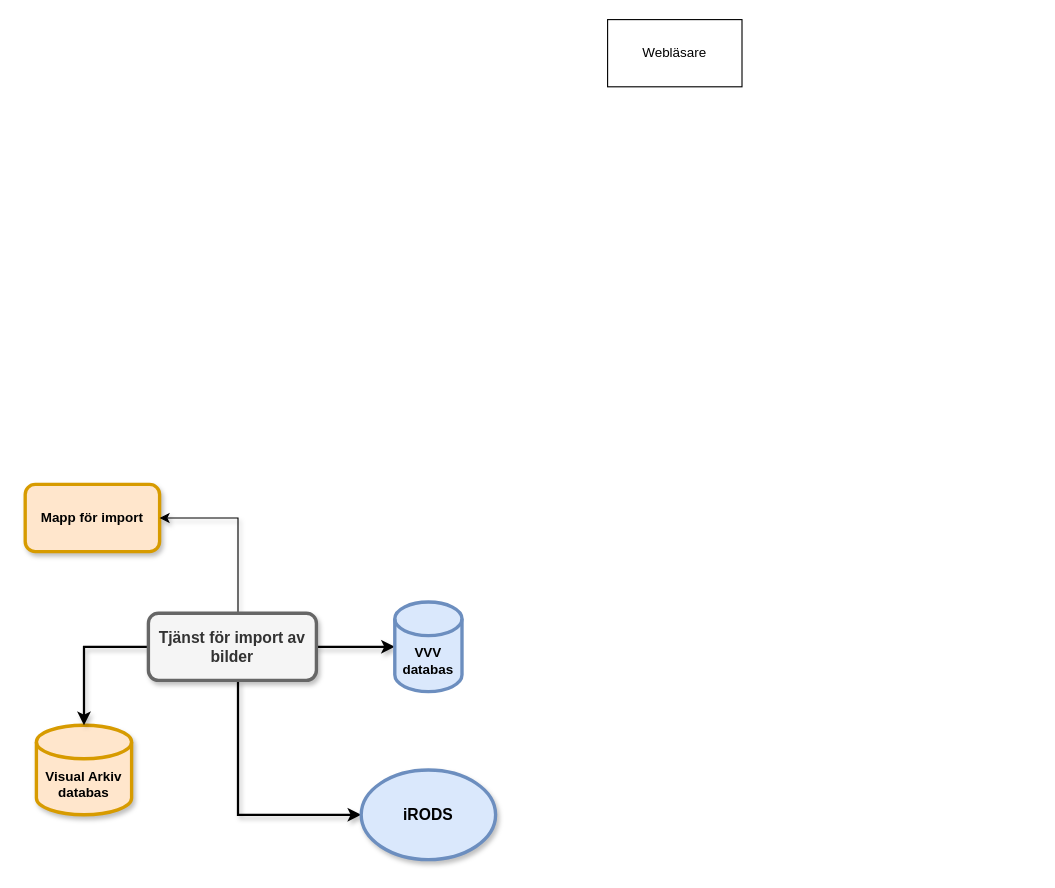
jakobum/draw.io keeps this draw.io diagram as page "Knut Overview" (2 of 3) of Experiments.drawio. Above is the earlier version. Source tidied: cells renumbered, new cells numbered last; positions are measured from the earlier drawing's top-left corner, leaving out a move shared by most shapes. Both pictures are drawn from the tidied source at 112%, with x=0, y=0 at pixel (25, 19).
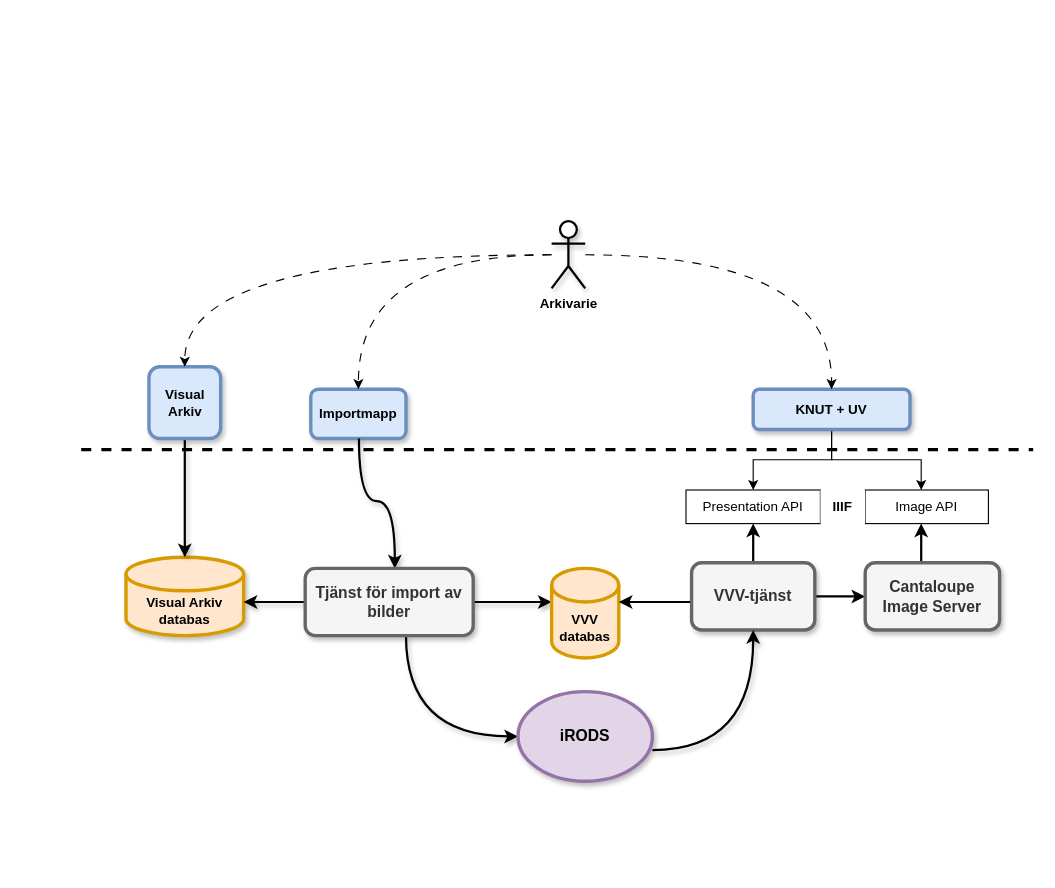
Above is the later version.

Diff of the diagram source:
```diff
@@
     <mxCell id="2" value="&lt;div&gt;Visual Arkiv&lt;/div&gt;&lt;div&gt;databas&lt;/div&gt;" style="shape=cylinder3;whiteSpace=wrap;html=1;boundedLbl=1;backgroundOutline=1;size=15;fillColor=#ffe6cc;strokeColor=#d79b00;strokeWidth=3;fontStyle=1;shadow=1;" parent="1" vertex="1">
-      <mxGeometry x="10" y="630" width="85" height="80" as="geometry" />
+      <mxGeometry x="90" y="480" width="105" height="70" as="geometry" />
     </mxCell>
-    <mxCell id="3" value="Mapp för import" style="rounded=1;whiteSpace=wrap;html=1;fillColor=#ffe6cc;strokeColor=#d79b00;strokeWidth=3;fontStyle=1;shadow=1;" parent="1" vertex="1">
-      <mxGeometry y="415" width="120" height="60" as="geometry" />
+    <mxCell id="3" value="Importmapp" style="rounded=1;whiteSpace=wrap;html=1;fillColor=#dae8fc;strokeColor=#6c8ebf;strokeWidth=3;fontStyle=1;shadow=1;" parent="1" vertex="1">
+      <mxGeometry x="255" y="330" width="85" height="44" as="geometry" />
     </mxCell>
+    <mxCell id="12" style="edgeStyle=orthogonalEdgeStyle;rounded=0;jettySize=auto;html=1;" parent="1" edge="1" source="4" target="28">
+      <mxGeometry relative="1" as="geometry" />
+    </mxCell>
+    <mxCell id="13" style="edgeStyle=orthogonalEdgeStyle;rounded=0;jettySize=auto;html=1;" parent="1" edge="1" source="4" target="27">
+      <mxGeometry relative="1" as="geometry">
+        <Array as="points">
+          <mxPoint x="720" y="393" />
+          <mxPoint x="800" y="393" />
+        </Array>
+      </mxGeometry>
+    </mxCell>
-    <mxCell id="4" value="Webläsare" style="rounded=0;whiteSpace=wrap;html=1;" parent="1" vertex="1">
-      <mxGeometry x="520" width="120" height="60" as="geometry" />
+    <mxCell id="4" value="KNUT + UV" style="rounded=1;strokeWidth=3;shadow=1;fillColor=#dae8fc;strokeColor=#6c8ebf;fontStyle=1;" parent="1" vertex="1">
+      <mxGeometry x="650" y="330" width="140" height="36" as="geometry" />
     </mxCell>
-    <mxCell id="5" style="edgeStyle=orthogonalEdgeStyle;rounded=0;jettySize=auto;html=1;shadow=1;strokeWidth=2;" parent="1" edge="1" source="9" target="2">
-      <mxGeometry relative="1" as="geometry" />
+    <mxCell id="5" style="edgeStyle=orthogonalEdgeStyle;rounded=0;jettySize=auto;html=1;shadow=1;strokeWidth=2;curved=1;" parent="1" edge="1" source="9" target="2">
+      <mxGeometry relative="1" as="geometry">
+        <Array as="points">
+          <mxPoint x="93" y="530" />
+        </Array>
+      </mxGeometry>
     </mxCell>
-    <mxCell id="6" style="edgeStyle=orthogonalEdgeStyle;rounded=0;jettySize=auto;html=1;shadow=1;" parent="1" edge="1" source="9" target="3">
+    <mxCell id="6" style="edgeStyle=orthogonalEdgeStyle;rounded=0;jettySize=auto;html=1;shadow=1;curved=1;strokeWidth=2;endArrow=none;endFill=0;startArrow=classic;startFill=1;" parent="1" edge="1" source="9" target="3">
       <mxGeometry relative="1" as="geometry">
         <Array as="points">
-          <mxPoint x="190" y="470" />
-          <mxPoint x="190" y="470" />
+          <mxPoint x="330" y="430" />
+          <mxPoint x="298" y="430" />
         </Array>
       </mxGeometry>
     </mxCell>
-    <mxCell id="7" style="edgeStyle=orthogonalEdgeStyle;rounded=0;jettySize=auto;html=1;strokeWidth=2;shadow=1;" parent="1" edge="1" source="9" target="10">
-      <mxGeometry relative="1" as="geometry" />
+    <mxCell id="7" style="edgeStyle=orthogonalEdgeStyle;rounded=0;jettySize=auto;html=1;strokeWidth=2;shadow=1;curved=1;" parent="1" edge="1" source="9" target="10">
+      <mxGeometry relative="1" as="geometry">
+        <Array as="points">
+          <mxPoint x="520" y="530" />
+        </Array>
+      </mxGeometry>
     </mxCell>
-    <mxCell id="8" style="edgeStyle=orthogonalEdgeStyle;rounded=0;jettySize=auto;html=1;strokeWidth=2;shadow=1;" parent="1" edge="1" source="9" target="11">
+    <mxCell id="8" style="edgeStyle=orthogonalEdgeStyle;rounded=0;jettySize=auto;html=1;strokeWidth=2;shadow=1;curved=1;" parent="1" edge="1" source="9" target="11">
       <mxGeometry relative="1" as="geometry">
         <Array as="points">
-          <mxPoint x="190" y="710" />
+          <mxPoint x="340" y="640" />
         </Array>
       </mxGeometry>
     </mxCell>
     <mxCell id="9" value="Tjänst för import av bilder" style="rounded=1;whiteSpace=wrap;html=1;fontStyle=1;strokeWidth=3;fontSize=14;fillColor=#f5f5f5;fontColor=#333333;strokeColor=#666666;glass=0;shadow=1;" parent="1" vertex="1">
-      <mxGeometry x="110" y="530" width="150" height="60" as="geometry" />
+      <mxGeometry x="250" y="490" width="150" height="60" as="geometry" />
     </mxCell>
-    <mxCell id="10" value="&lt;div&gt;VVV databas&lt;/div&gt;" style="shape=cylinder3;whiteSpace=wrap;html=1;boundedLbl=1;backgroundOutline=1;size=15;fillColor=#dae8fc;strokeColor=#6c8ebf;strokeWidth=3;fontStyle=1;" parent="1" vertex="1">
-      <mxGeometry x="330" y="520" width="60" height="80" as="geometry" />
+    <mxCell id="10" value="&lt;div&gt;VVV databas&lt;/div&gt;" style="shape=cylinder3;whiteSpace=wrap;html=1;boundedLbl=1;backgroundOutline=1;size=15;fillColor=#ffe6cc;strokeColor=#d79b00;strokeWidth=3;fontStyle=1;" parent="1" vertex="1">
+      <mxGeometry x="470" y="490" width="60" height="80" as="geometry" />
     </mxCell>
-    <mxCell id="11" value="iRODS" style="ellipse;whiteSpace=wrap;html=1;fontStyle=1;fontSize=14;strokeWidth=3;fillColor=#dae8fc;strokeColor=#6c8ebf;shadow=1;" parent="1" vertex="1">
-      <mxGeometry x="300" y="670" width="120" height="80" as="geometry" />
+    <mxCell id="11" value="iRODS" style="ellipse;whiteSpace=wrap;html=1;fontStyle=1;fontSize=14;strokeWidth=3;fillColor=#e1d5e7;strokeColor=#9673a6;shadow=1;" parent="1" vertex="1">
+      <mxGeometry x="440" y="600" width="120" height="80" as="geometry" />
     </mxCell>
+    <mxCell id="14" style="edgeStyle=orthogonalEdgeStyle;rounded=0;jettySize=auto;html=1;strokeWidth=2;shadow=1;curved=1;startArrow=none;startFill=0;" parent="1" edge="1" source="15" target="2">
+      <mxGeometry relative="1" as="geometry" />
+    </mxCell>
+    <mxCell id="15" value="&lt;div&gt;Visual Arkiv&lt;/div&gt;" style="whiteSpace=wrap;html=1;strokeWidth=3;fillColor=#dae8fc;strokeColor=#6c8ebf;shadow=1;rounded=1;fontStyle=1;" parent="1" vertex="1">
+      <mxGeometry x="110.5" y="310" width="64" height="64" as="geometry" />
+    </mxCell>
+    <mxCell id="16" style="endArrow=none;dashed=1;html=1;rounded=0;strokeWidth=3;" parent="1" edge="1">
+      <mxGeometry relative="1" as="geometry">
+        <mxPoint x="50" y="384" as="sourcePoint" />
+        <mxPoint x="900" y="384" as="targetPoint" />
+      </mxGeometry>
+    </mxCell>
+    <mxCell id="17" style="edgeStyle=orthogonalEdgeStyle;rounded=0;jettySize=auto;html=1;strokeWidth=2;curved=1;" parent="1" edge="1" source="20" target="10">
+      <mxGeometry relative="1" as="geometry">
+        <Array as="points">
+          <mxPoint x="590" y="520" />
+          <mxPoint x="590" y="520" />
+        </Array>
+      </mxGeometry>
+    </mxCell>
+    <mxCell id="18" style="edgeStyle=orthogonalEdgeStyle;rounded=0;jettySize=auto;html=1;strokeWidth=2;" parent="1" edge="1" source="20" target="28">
+      <mxGeometry relative="1" as="geometry" />
+    </mxCell>
+    <mxCell id="19" style="edgeStyle=orthogonalEdgeStyle;rounded=0;jettySize=auto;html=1;curved=1;strokeWidth=2;" parent="1" edge="1" source="20" target="26">
+      <mxGeometry relative="1" as="geometry" />
+    </mxCell>
+    <mxCell id="20" value="VVV-tjänst" style="rounded=1;whiteSpace=wrap;html=1;fontStyle=1;strokeWidth=3;fontSize=14;fillColor=#f5f5f5;fontColor=#333333;strokeColor=#666666;glass=0;shadow=1;" parent="1" vertex="1">
+      <mxGeometry x="595" y="485" width="110" height="60" as="geometry" />
+    </mxCell>
+    <mxCell id="21" style="edgeStyle=orthogonalEdgeStyle;rounded=0;jettySize=auto;html=1;dashed=1;dashPattern=8 8;curved=1;" parent="1" edge="1" source="24" target="15">
+      <mxGeometry relative="1" as="geometry" />
+    </mxCell>
+    <mxCell id="22" style="edgeStyle=orthogonalEdgeStyle;rounded=0;jettySize=auto;html=1;curved=1;dashed=1;dashPattern=8 8;" parent="1" edge="1" source="24" target="3">
+      <mxGeometry relative="1" as="geometry" />
+    </mxCell>
+    <mxCell id="23" style="edgeStyle=orthogonalEdgeStyle;rounded=0;jettySize=auto;html=1;curved=1;dashed=1;dashPattern=8 8;" parent="1" edge="1" source="24" target="4">
+      <mxGeometry relative="1" as="geometry">
+        <Array as="points">
+          <mxPoint x="720" y="210" />
+        </Array>
+      </mxGeometry>
+    </mxCell>
+    <mxCell id="24" value="Arkivarie" style="shape=umlActor;verticalLabelPosition=bottom;verticalAlign=top;html=1;outlineConnect=0;fontStyle=1;strokeWidth=2;shadow=1;perimeterSpacing=0;" parent="1" vertex="1">
+      <mxGeometry x="470" y="180" width="30" height="60" as="geometry" />
+    </mxCell>
+    <mxCell id="25" style="edgeStyle=orthogonalEdgeStyle;rounded=0;jettySize=auto;html=1;strokeWidth=2;" parent="1" edge="1" source="26" target="27">
+      <mxGeometry relative="1" as="geometry">
+        <Array as="points">
+          <mxPoint x="800" y="470" />
+          <mxPoint x="800" y="470" />
+        </Array>
+      </mxGeometry>
+    </mxCell>
+    <mxCell id="26" value="Cantaloupe&lt;br&gt;Image Server" style="rounded=1;whiteSpace=wrap;html=1;fontStyle=1;strokeWidth=3;fontSize=14;fillColor=#f5f5f5;fontColor=#333333;strokeColor=#666666;glass=0;shadow=1;" parent="1" vertex="1">
+      <mxGeometry x="750" y="485" width="120" height="60" as="geometry" />
+    </mxCell>
+    <mxCell id="27" value="Image API" style="rounded=0;whiteSpace=wrap;html=1;" parent="1" vertex="1">
+      <mxGeometry x="750" y="420" width="110" height="30" as="geometry" />
+    </mxCell>
+    <mxCell id="28" value="Presentation API" style="rounded=0;whiteSpace=wrap;html=1;" parent="1" vertex="1">
+      <mxGeometry x="590" y="420" width="120" height="30" as="geometry" />
+    </mxCell>
+    <mxCell id="29" style="edgeStyle=orthogonalEdgeStyle;rounded=0;jettySize=auto;html=1;curved=1;strokeWidth=2;shadow=1;" parent="1" edge="1" target="20">
+      <mxGeometry relative="1" as="geometry">
+        <mxPoint x="560" y="652.2" as="sourcePoint" />
+        <Array as="points">
+          <mxPoint x="650" y="652" />
+        </Array>
+      </mxGeometry>
+    </mxCell>
+    <mxCell id="30" value="&lt;div&gt;IIIF&lt;/div&gt;" style="text;html=1;whiteSpace=wrap;strokeColor=none;fillColor=default;align=center;verticalAlign=middle;rounded=0;fontStyle=1;" parent="1" vertex="1">
+      <mxGeometry x="710" y="420" width="40" height="30" as="geometry" />
+    </mxCell>
```
